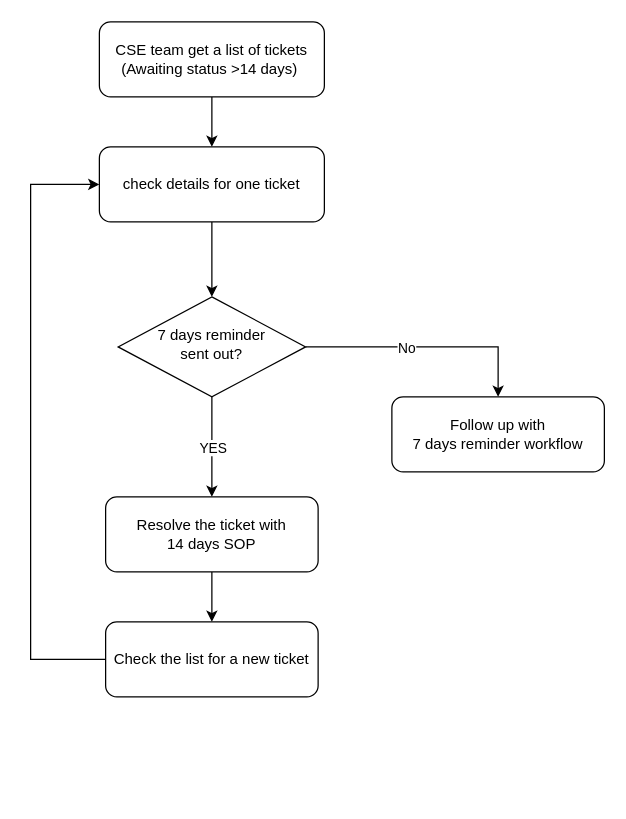
zhaoyy7/books keeps this draw.io diagram as Untitled Diagram.drawio. Above is the earlier version. Source tidied: cells renumbered, new cells numbered last; positions are measured from the earlier drawing's top-left corner, leaving out a move shared by most shapes. Both pictures are drawn from the tidied source at 125%, with x=0, y=0 at pixel (30, 21).
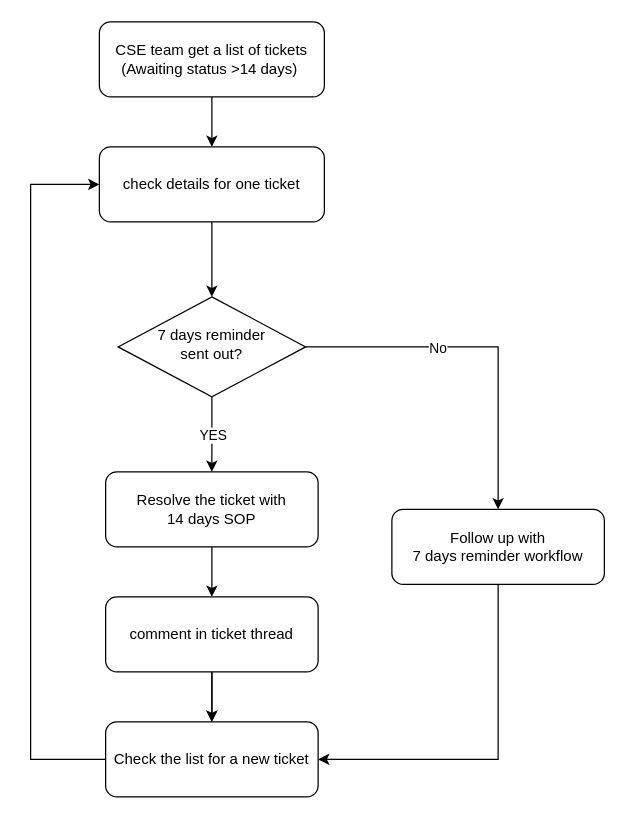
Above is the later version.

The change refers to these unchanged cells:
```xml
<mxCell id="4" value="check details for one ticket" style="rounded=1;whiteSpace=wrap;html=1;" parent="1" vertex="1">
  <mxGeometry x="55" y="100" width="180" height="60" as="geometry" />
</mxCell>
<mxCell id="7" style="endArrow=classic;html=1;rounded=0;exitX=1;exitY=0.5;exitDx=0;exitDy=0;entryX=0.5;entryY=0;entryDx=0;entryDy=0;" parent="1" edge="1" source="3" target="15">
  <mxGeometry relative="1" as="geometry">
    <Array as="points">
      <mxPoint x="374" y="260" />
    </Array>
  </mxGeometry>
</mxCell>
```

Change to the diagram source:
```diff
@@
     <mxCell id="8" value="No" style="edgeLabel;html=1;align=center;verticalAlign=middle;" parent="7" vertex="1">
       <mxGeometry relative="1" as="geometry">
-        <mxPoint x="-17" as="offset" />
+        <mxPoint x="-37" as="offset" />
       </mxGeometry>
     </mxCell>
     <mxCell id="9" value="Resolve the ticket with &lt;br&gt;14 days SOP" style="rounded=1;whiteSpace=wrap;html=1;" parent="1" vertex="1">
-      <mxGeometry x="60" y="380" width="170" height="60" as="geometry" />
+      <mxGeometry x="60" y="360" width="170" height="60" as="geometry" />
     </mxCell>
     <mxCell id="10" value="Check the list for a new ticket" style="rounded=1;whiteSpace=wrap;html=1;" parent="1" vertex="1">
-      <mxGeometry x="60" y="480" width="170" height="60" as="geometry" />
+      <mxGeometry x="60" y="560" width="170" height="60" as="geometry" />
     </mxCell>
     <mxCell id="11" style="endArrow=classic;html=1;rounded=0;exitX=0;exitY=0.5;exitDx=0;exitDy=0;entryX=0;entryY=0.5;entryDx=0;entryDy=0;" parent="1" edge="1" source="10" target="4">
       <mxGeometry relative="1" as="geometry">
         <Array as="points">
-          <mxPoint y="510" />
+          <mxPoint y="590" />
           <mxPoint y="130" />
           <mxPoint x="20" y="130" />
         </Array>
       </mxGeometry>
     </mxCell>
-    <mxCell id="12" style="endArrow=classic;html=1;rounded=0;exitX=0.5;exitY=1;exitDx=0;exitDy=0;entryX=0.5;entryY=0;entryDx=0;entryDy=0;" parent="1" edge="1" source="9" target="10">
+    <mxCell id="12" style="endArrow=classic;html=1;rounded=0;entryX=0.5;entryY=0;entryDx=0;entryDy=0;exitX=0.5;exitY=1;exitDx=0;exitDy=0;" parent="1" edge="1" source="18" target="10">
       <mxGeometry relative="1" as="geometry" />
     </mxCell>
@@
     <mxCell id="15" value="Follow up with &lt;br&gt;7 days reminder workflow" style="rounded=1;whiteSpace=wrap;html=1;" parent="1" vertex="1">
-      <mxGeometry x="289" y="300" width="170" height="60" as="geometry" />
+      <mxGeometry x="289" y="390" width="170" height="60" as="geometry" />
     </mxCell>
+    <mxCell id="16" style="endArrow=classic;html=1;rounded=0;exitX=0.5;exitY=1;exitDx=0;exitDy=0;entryX=1;entryY=0.5;entryDx=0;entryDy=0;" parent="1" edge="1" source="15" target="10">
+      <mxGeometry relative="1" as="geometry">
+        <Array as="points">
+          <mxPoint x="374" y="590" />
+        </Array>
+      </mxGeometry>
+    </mxCell>
+    <mxCell id="17" style="edgeStyle=orthogonalEdgeStyle;rounded=0;jettySize=auto;html=1;" parent="1" edge="1" source="18" target="10">
+      <mxGeometry relative="1" as="geometry" />
+    </mxCell>
+    <mxCell id="18" value="comment in ticket thread" style="rounded=1;whiteSpace=wrap;html=1;" parent="1" vertex="1">
+      <mxGeometry x="60" y="460" width="170" height="60" as="geometry" />
+    </mxCell>
+    <mxCell id="19" style="edgeStyle=orthogonalEdgeStyle;rounded=0;jettySize=auto;html=1;exitX=0.5;exitY=1;exitDx=0;exitDy=0;" parent="1" edge="1" source="9">
+      <mxGeometry relative="1" as="geometry">
+        <mxPoint x="145" y="460" as="targetPoint" />
+      </mxGeometry>
+    </mxCell>
```
